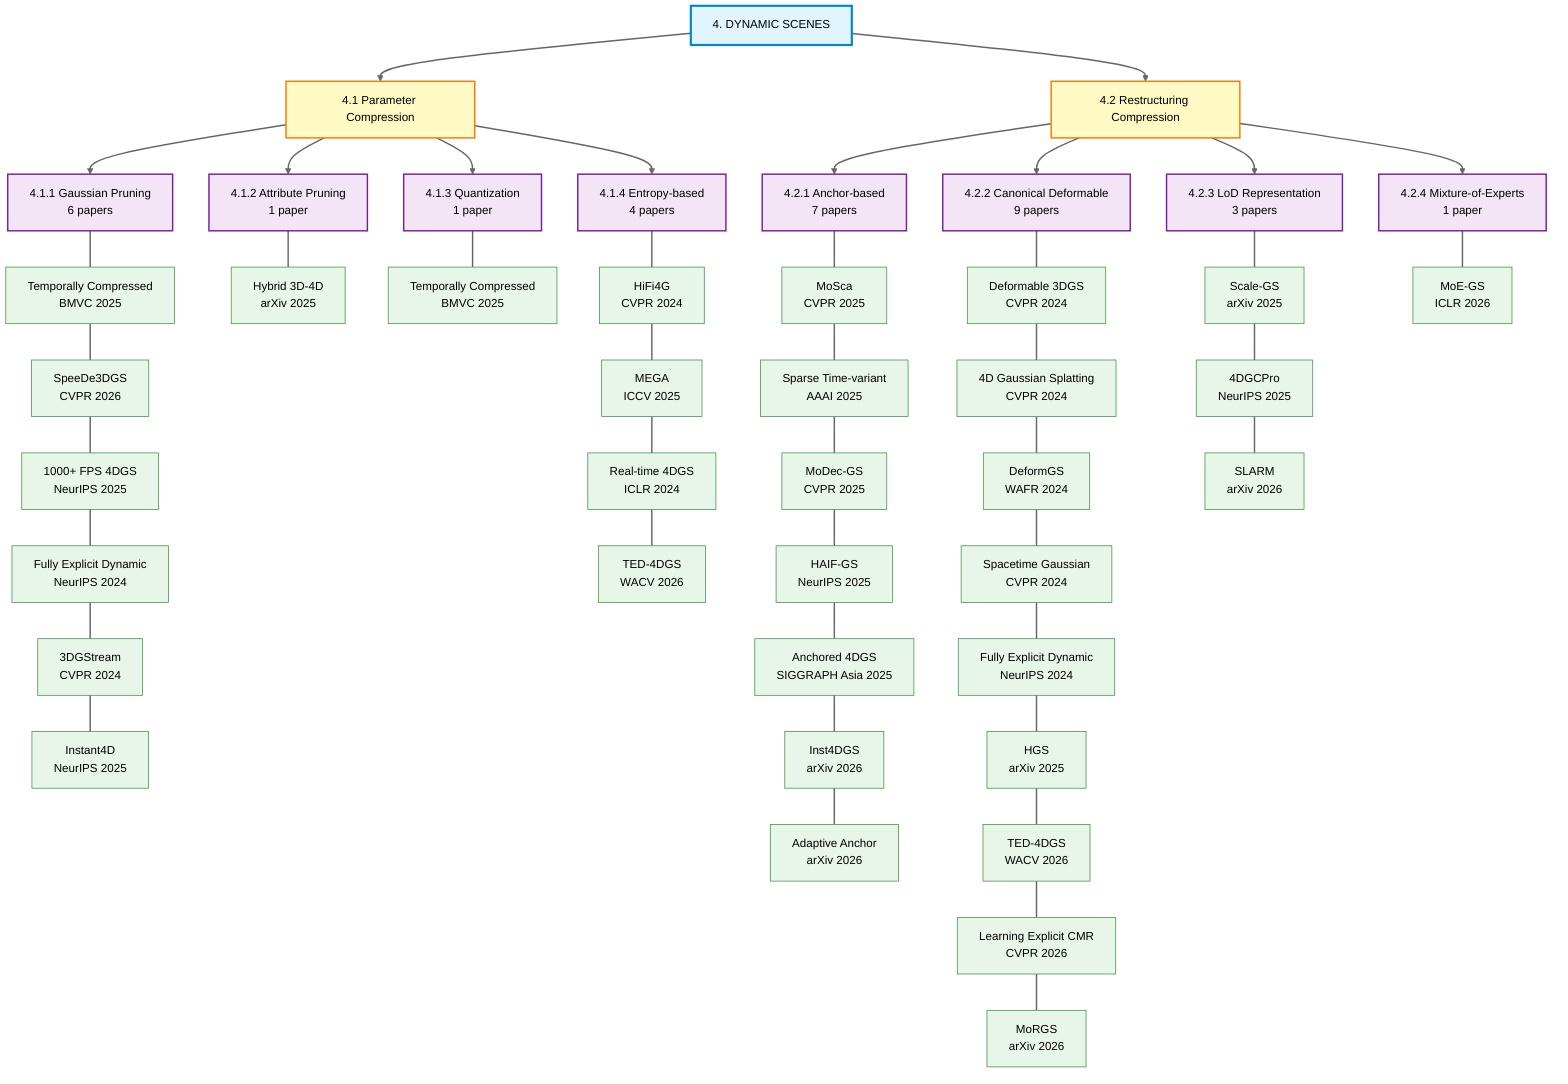
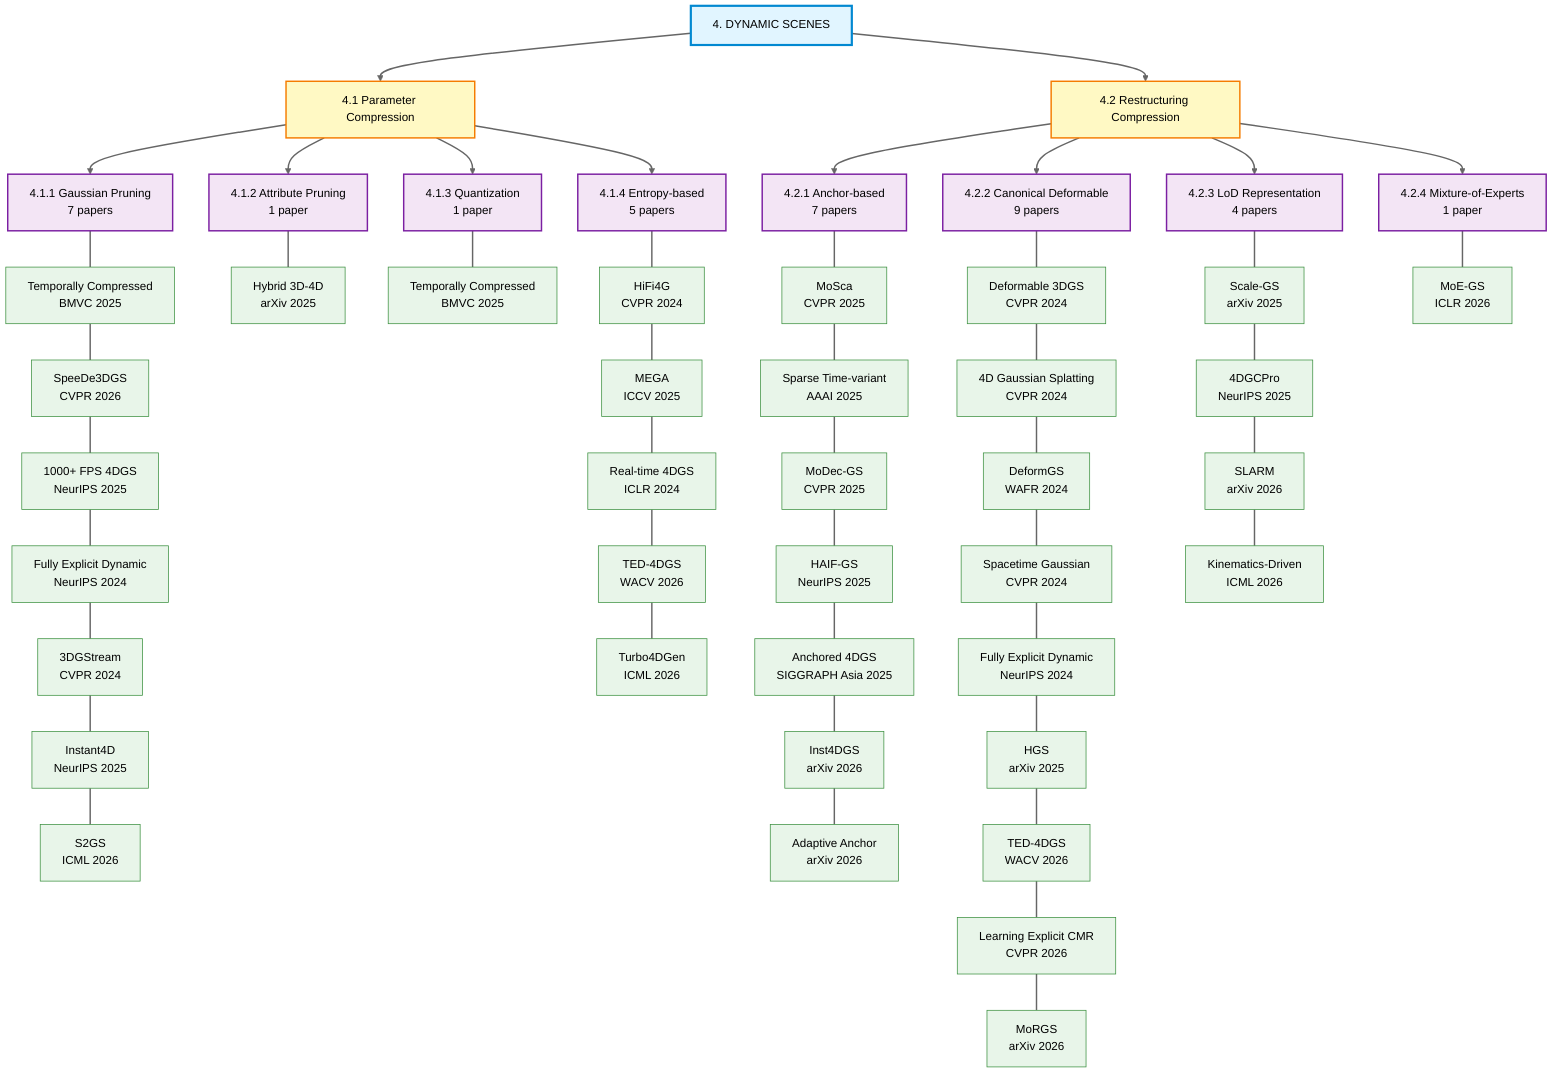
graph TB
    Dynamic[4. DYNAMIC SCENES]

    %% Main Categories
    Dynamic --> DPC[4.1 Parameter Compression]
    Dynamic --> DRC[4.2 Restructuring Compression]

    %% Dynamic Parameter Compression Subcategories
-     DPC --> DPruning[4.1.1 Gaussian Pruning<br/>6 papers]
+     DPC --> DPruning[4.1.1 Gaussian Pruning<br/>7 papers]
    DPC --> DAttrPruning[4.1.2 Attribute Pruning<br/>1 paper]
    DPC --> DQuant[4.1.3 Quantization<br/>1 paper]
-     DPC --> DEntropy[4.1.4 Entropy-based<br/>4 papers]
+     DPC --> DEntropy[4.1.4 Entropy-based<br/>5 papers]

    %% Dynamic Gaussian Pruning - vertical layout
    DPruning --- DP1[Temporally Compressed<br/>BMVC 2025]
    DP1 --- DP2[SpeeDe3DGS<br/>CVPR 2026]
    DP2 --- DP3[1000+ FPS 4DGS<br/>NeurIPS 2025]
    DP3 --- DP4[Fully Explicit Dynamic<br/>NeurIPS 2024]
    DP4 --- DP5[3DGStream<br/>CVPR 2024]
    DP5 --- DP6[Instant4D<br/>NeurIPS 2025]
+     DP6 --- DP7[S2GS<br/>ICML 2026]

    %% Dynamic Attribute Pruning
    DAttrPruning --- DAP1[Hybrid 3D-4D<br/>arXiv 2025]

    %% Dynamic Quantization
    DQuant --- DQ1[Temporally Compressed<br/>BMVC 2025]

    %% Dynamic Entropy-based - vertical layout
    DEntropy --- DE1[HiFi4G<br/>CVPR 2024]
    DE1 --- DE2[MEGA<br/>ICCV 2025]
    DE2 --- DE3[Real-time 4DGS<br/>ICLR 2024]
    DE3 --- DE4[TED-4DGS<br/>WACV 2026]
+     DE4 --- DE5[Turbo4DGen<br/>ICML 2026]

    %% Dynamic Restructuring Compression Subcategories
    DRC --> DAnchor[4.2.1 Anchor-based<br/>7 papers]
    DRC --> DCanonical[4.2.2 Canonical Deformable<br/>9 papers]
-     DRC --> DLoD[4.2.3 LoD Representation<br/>3 papers]
+     DRC --> DLoD[4.2.3 LoD Representation<br/>4 papers]
    DRC --> DMoE[4.2.4 Mixture-of-Experts<br/>1 paper]

    %% Dynamic Anchor-based - vertical layout
    DAnchor --- DA1[MoSca<br/>CVPR 2025]
    DA1 --- DA2[Sparse Time-variant<br/>AAAI 2025]
    DA2 --- DA3[MoDec-GS<br/>CVPR 2025]
    DA3 --- DA4[HAIF-GS<br/>NeurIPS 2025]
    DA4 --- DA5[Anchored 4DGS<br/>SIGGRAPH Asia 2025]
    DA5 --- DA6[Inst4DGS<br/>arXiv 2026]
    DA6 --- DA7[Adaptive Anchor<br/>arXiv 2026]

    %% Dynamic Canonical Deformable - vertical layout
    DCanonical --- DC1[Deformable 3DGS<br/>CVPR 2024]
    DC1 --- DC2[4D Gaussian Splatting<br/>CVPR 2024]
    DC2 --- DC3[DeformGS<br/>WAFR 2024]
    DC3 --- DC4[Spacetime Gaussian<br/>CVPR 2024]
    DC4 --- DC5[Fully Explicit Dynamic<br/>NeurIPS 2024]
    DC5 --- DC6[HGS<br/>arXiv 2025]
    DC6 --- DC7[TED-4DGS<br/>WACV 2026]
    DC7 --- DC8[Learning Explicit CMR<br/>CVPR 2026]
    DC8 --- DC9[MoRGS<br/>arXiv 2026]

    %% Dynamic LoD - vertical layout
    DLoD --- DL1[Scale-GS<br/>arXiv 2025]
    DL1 --- DL2[4DGCPro<br/>NeurIPS 2025]
    DL2 --- DL3[SLARM<br/>arXiv 2026]
+     DL3 --- DL4[Kinematics-Driven<br/>ICML 2026]

    %% Dynamic MoE
    DMoE --- DM1[MoE-GS<br/>ICLR 2026]

    %% Styling
    classDef rootClass fill:#e1f5ff,stroke:#0288d1,stroke-width:3px,color:#000
    classDef categoryClass fill:#fff9c4,stroke:#f57c00,stroke-width:2px,color:#000
    classDef subcategoryClass fill:#f3e5f5,stroke:#7b1fa2,stroke-width:2px,color:#000
    classDef paperClass fill:#e8f5e9,stroke:#388e3c,stroke-width:1px,color:#000

    class Dynamic rootClass
    class DPC,DRC categoryClass
    class DPruning,DAttrPruning,DQuant,DEntropy,DAnchor,DCanonical,DLoD,DMoE subcategoryClass
-     class DP1,DP2,DP3,DP4,DP5,DP6,DAP1,DQ1 paperClass
-     class DE1,DE2,DE3,DE4 paperClass
+     class DP1,DP2,DP3,DP4,DP5,DP6,DP7,DAP1,DQ1 paperClass
+     class DE1,DE2,DE3,DE4,DE5 paperClass
    class DA1,DA2,DA3,DA4,DA5,DA6,DA7 paperClass
    class DC1,DC2,DC3,DC4,DC5,DC6,DC7,DC8,DC9 paperClass
-     class DL1,DL2,DL3,DM1 paperClass
+     class DL1,DL2,DL3,DL4,DM1 paperClass

    %% Link styling for dark mode visibility
    linkStyle default stroke:#666,stroke-width:2px
